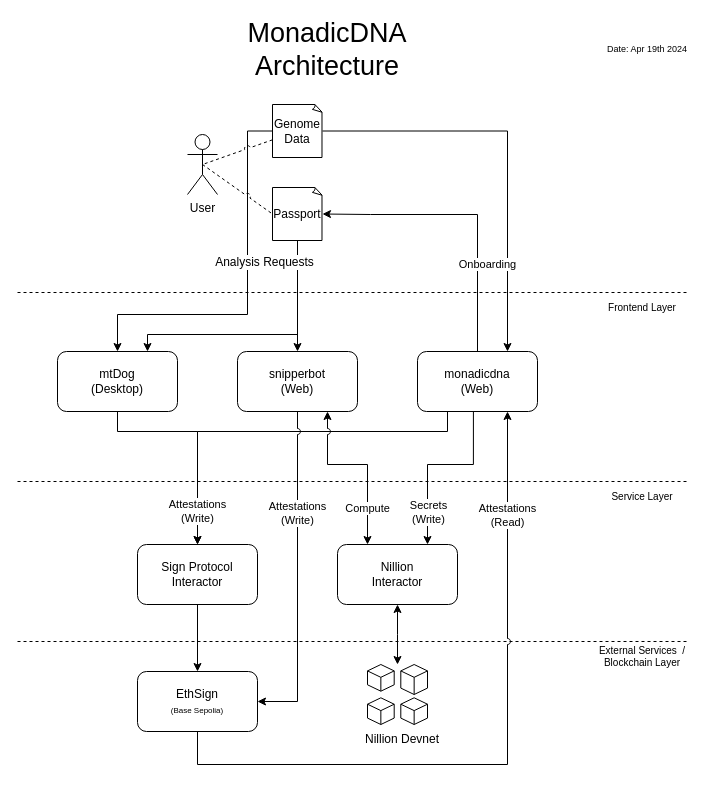
Earlier version of the draw.io diagram docs/monadicdna.drawio (Cryptonomic/MonadicDNA). Source tidied: cells renumbered, new cells numbered last; positions are measured from the earlier drawing's top-left corner, leaving out a move shared by most shapes. Both pictures are drawn from the tidied source at 100%, with x=0, y=0 at pixel (17, 34).
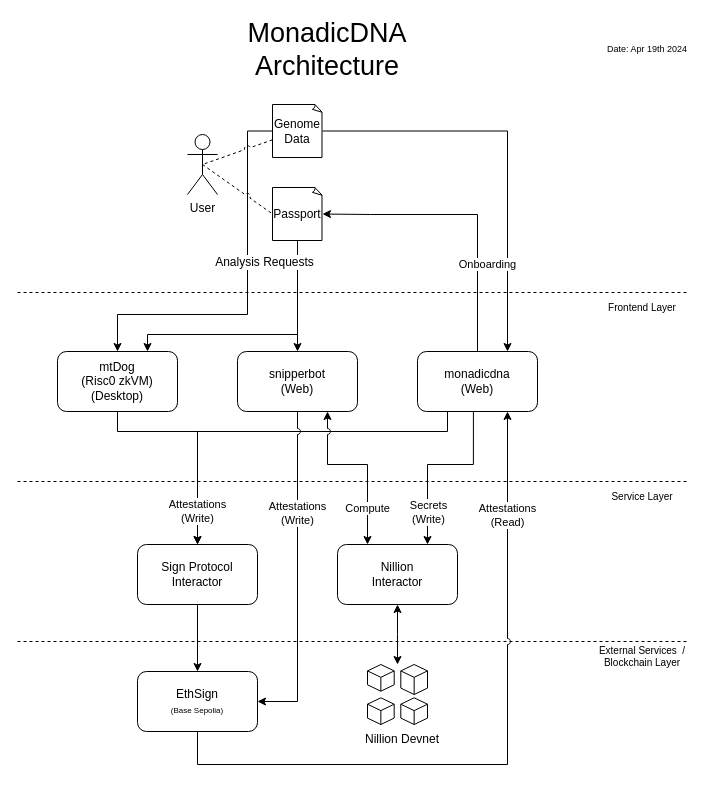
Above is the later version.

The edit, as a diff of the source:
```diff
@@
-    <mxCell id="15" value="mtDog&lt;br&gt;(Desktop)" style="rounded=1;whiteSpace=wrap;html=1;" parent="1" vertex="1">
+    <mxCell id="15" value="mtDog&lt;br&gt;(Risc0 zkVM)&lt;br&gt;(Desktop)" style="rounded=1;whiteSpace=wrap;html=1;" parent="1" vertex="1">
       <mxGeometry x="40" y="317" width="120" height="60" as="geometry" />
     </mxCell>
```
